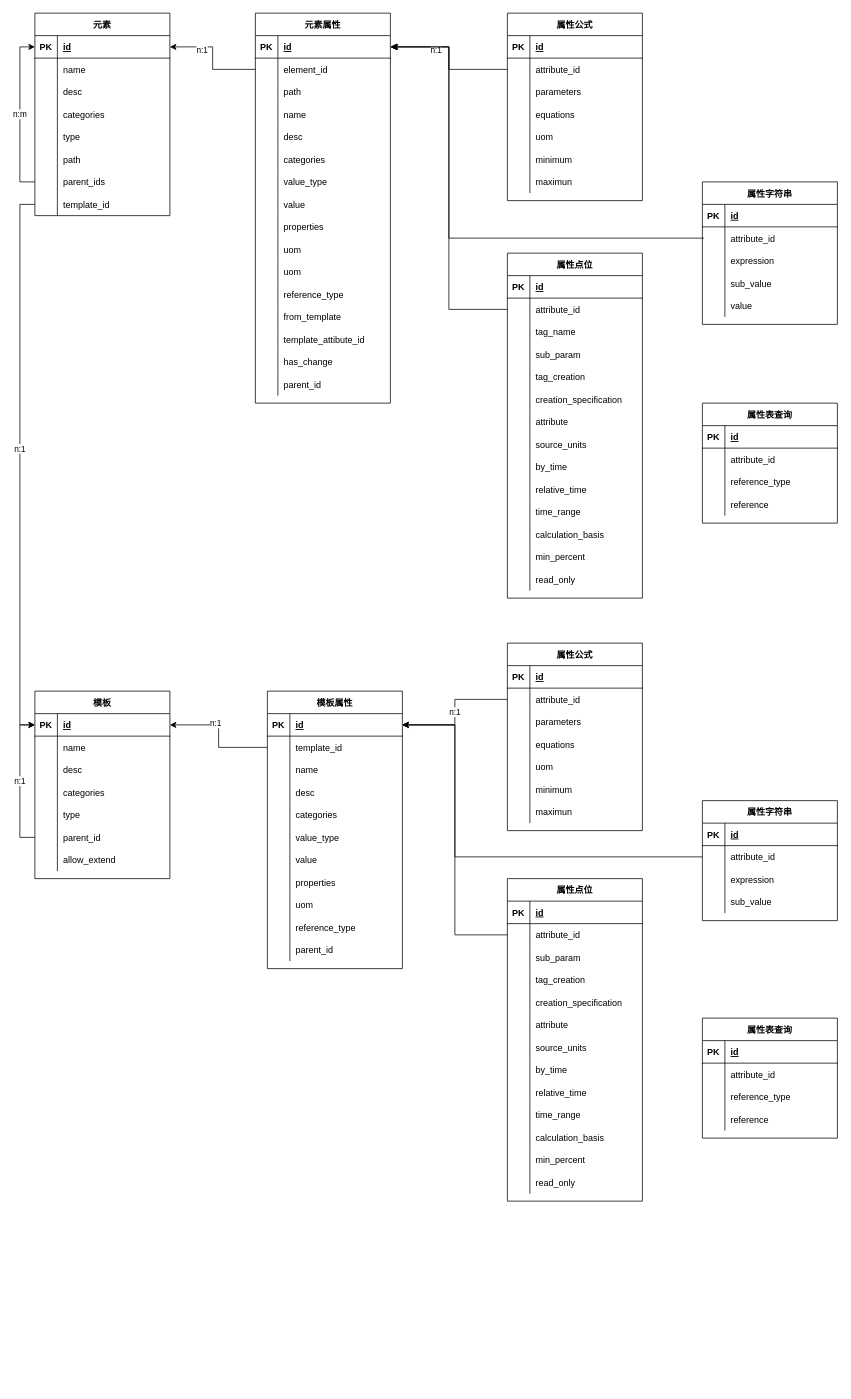
The draw.io diagram 资产框架.drawio in huhailong147/Test, before the edit. Source tidied: cells renumbered, new cells numbered last; positions are measured from the earlier drawing's top-left corner, leaving out a move shared by most shapes. Both pictures are drawn from the tidied source at 75%, with x=0, y=0 at pixel (34, 13).
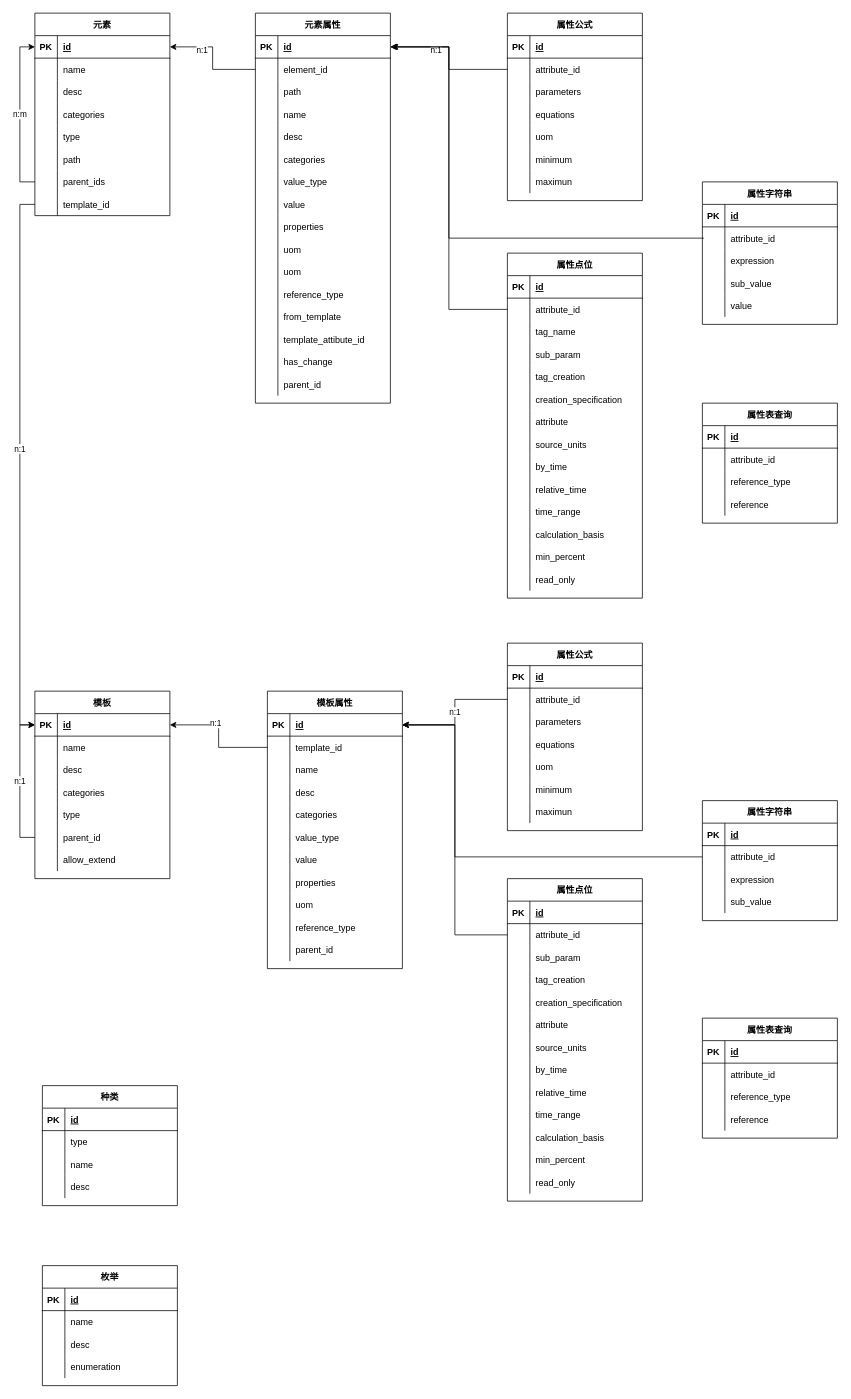
The same diagram, later.

The edit, as a diff of the source:
```diff
@@
+    <mxCell id="329" value="种类" style="shape=table;startSize=30;childLayout=tableLayout;rowLines=0;fontStyle=1;align=center;" parent="1" vertex="1">
+      <mxGeometry x="10" y="1430" width="180" height="160" as="geometry" />
+    </mxCell>
+    <mxCell id="330" style="shape=partialRectangle;fillColor=none;top=0;left=0;bottom=1;right=0;" parent="329" vertex="1">
+      <mxGeometry y="30" width="180" height="30" as="geometry" />
+    </mxCell>
+    <mxCell id="331" value="PK" style="shape=partialRectangle;fillColor=none;top=0;left=0;bottom=0;right=0;fontStyle=1;overflow=hidden;" parent="330" vertex="1">
+      <mxGeometry width="30" height="30" as="geometry" />
+    </mxCell>
+    <mxCell id="332" value="id" style="shape=partialRectangle;fillColor=none;top=0;left=0;bottom=0;right=0;align=left;spacingLeft=6;fontStyle=5;overflow=hidden;" parent="330" vertex="1">
+      <mxGeometry x="30" width="150" height="30" as="geometry" />
+    </mxCell>
+    <mxCell id="333" style="shape=partialRectangle;fillColor=none;top=0;left=0;bottom=0;right=0;" parent="329" vertex="1">
+      <mxGeometry y="60" width="180" height="30" as="geometry" />
+    </mxCell>
+    <mxCell id="334" style="shape=partialRectangle;fillColor=none;top=0;left=0;bottom=0;right=0;overflow=hidden;" parent="333" vertex="1">
+      <mxGeometry width="30" height="30" as="geometry" />
+    </mxCell>
+    <mxCell id="335" value="type" style="shape=partialRectangle;fillColor=none;top=0;left=0;bottom=0;right=0;align=left;spacingLeft=6;overflow=hidden;" parent="333" vertex="1">
+      <mxGeometry x="30" width="150" height="30" as="geometry" />
+    </mxCell>
+    <mxCell id="336" style="shape=partialRectangle;fillColor=none;top=0;left=0;bottom=0;right=0;" parent="329" vertex="1">
+      <mxGeometry y="90" width="180" height="30" as="geometry" />
+    </mxCell>
+    <mxCell id="337" style="shape=partialRectangle;fillColor=none;top=0;left=0;bottom=0;right=0;overflow=hidden;" parent="336" vertex="1">
+      <mxGeometry width="30" height="30" as="geometry" />
+    </mxCell>
+    <mxCell id="338" value="name" style="shape=partialRectangle;fillColor=none;top=0;left=0;bottom=0;right=0;align=left;spacingLeft=6;overflow=hidden;" parent="336" vertex="1">
+      <mxGeometry x="30" width="150" height="30" as="geometry" />
+    </mxCell>
+    <mxCell id="339" style="shape=partialRectangle;fillColor=none;top=0;left=0;bottom=0;right=0;" parent="329" vertex="1">
+      <mxGeometry y="120" width="180" height="30" as="geometry" />
+    </mxCell>
+    <mxCell id="340" style="shape=partialRectangle;fillColor=none;top=0;left=0;bottom=0;right=0;overflow=hidden;" parent="339" vertex="1">
+      <mxGeometry width="30" height="30" as="geometry" />
+    </mxCell>
+    <mxCell id="341" value="desc" style="shape=partialRectangle;fillColor=none;top=0;left=0;bottom=0;right=0;align=left;spacingLeft=6;overflow=hidden;" parent="339" vertex="1">
+      <mxGeometry x="30" width="150" height="30" as="geometry" />
+    </mxCell>
+    <mxCell id="342" value="枚举" style="shape=table;startSize=30;childLayout=tableLayout;rowLines=0;fontStyle=1;align=center;" parent="1" vertex="1">
+      <mxGeometry x="10" y="1670" width="180" height="160" as="geometry" />
+    </mxCell>
+    <mxCell id="343" style="shape=partialRectangle;fillColor=none;top=0;left=0;bottom=1;right=0;" parent="342" vertex="1">
+      <mxGeometry y="30" width="180" height="30" as="geometry" />
+    </mxCell>
+    <mxCell id="344" value="PK" style="shape=partialRectangle;fillColor=none;top=0;left=0;bottom=0;right=0;fontStyle=1;overflow=hidden;" parent="343" vertex="1">
+      <mxGeometry width="30" height="30" as="geometry" />
+    </mxCell>
+    <mxCell id="345" value="id" style="shape=partialRectangle;fillColor=none;top=0;left=0;bottom=0;right=0;align=left;spacingLeft=6;fontStyle=5;overflow=hidden;" parent="343" vertex="1">
+      <mxGeometry x="30" width="150" height="30" as="geometry" />
+    </mxCell>
+    <mxCell id="346" style="shape=partialRectangle;fillColor=none;top=0;left=0;bottom=0;right=0;" parent="342" vertex="1">
+      <mxGeometry y="60" width="180" height="30" as="geometry" />
+    </mxCell>
+    <mxCell id="347" style="shape=partialRectangle;fillColor=none;top=0;left=0;bottom=0;right=0;overflow=hidden;" parent="346" vertex="1">
+      <mxGeometry width="30" height="30" as="geometry" />
+    </mxCell>
+    <mxCell id="348" value="name" style="shape=partialRectangle;fillColor=none;top=0;left=0;bottom=0;right=0;align=left;spacingLeft=6;overflow=hidden;" parent="346" vertex="1">
+      <mxGeometry x="30" width="150" height="30" as="geometry" />
+    </mxCell>
+    <mxCell id="349" style="shape=partialRectangle;fillColor=none;top=0;left=0;bottom=0;right=0;" parent="342" vertex="1">
+      <mxGeometry y="90" width="180" height="30" as="geometry" />
+    </mxCell>
+    <mxCell id="350" style="shape=partialRectangle;fillColor=none;top=0;left=0;bottom=0;right=0;overflow=hidden;" parent="349" vertex="1">
+      <mxGeometry width="30" height="30" as="geometry" />
+    </mxCell>
+    <mxCell id="351" value="desc" style="shape=partialRectangle;fillColor=none;top=0;left=0;bottom=0;right=0;align=left;spacingLeft=6;overflow=hidden;" parent="349" vertex="1">
+      <mxGeometry x="30" width="150" height="30" as="geometry" />
+    </mxCell>
+    <mxCell id="352" style="shape=partialRectangle;fillColor=none;top=0;left=0;bottom=0;right=0;" parent="342" vertex="1">
+      <mxGeometry y="120" width="180" height="30" as="geometry" />
+    </mxCell>
+    <mxCell id="353" style="shape=partialRectangle;fillColor=none;top=0;left=0;bottom=0;right=0;overflow=hidden;" parent="352" vertex="1">
+      <mxGeometry width="30" height="30" as="geometry" />
+    </mxCell>
+    <mxCell id="354" value="enumeration" style="shape=partialRectangle;fillColor=none;top=0;left=0;bottom=0;right=0;align=left;spacingLeft=6;overflow=hidden;" parent="352" vertex="1">
+      <mxGeometry x="30" width="150" height="30" as="geometry" />
+    </mxCell>
```
